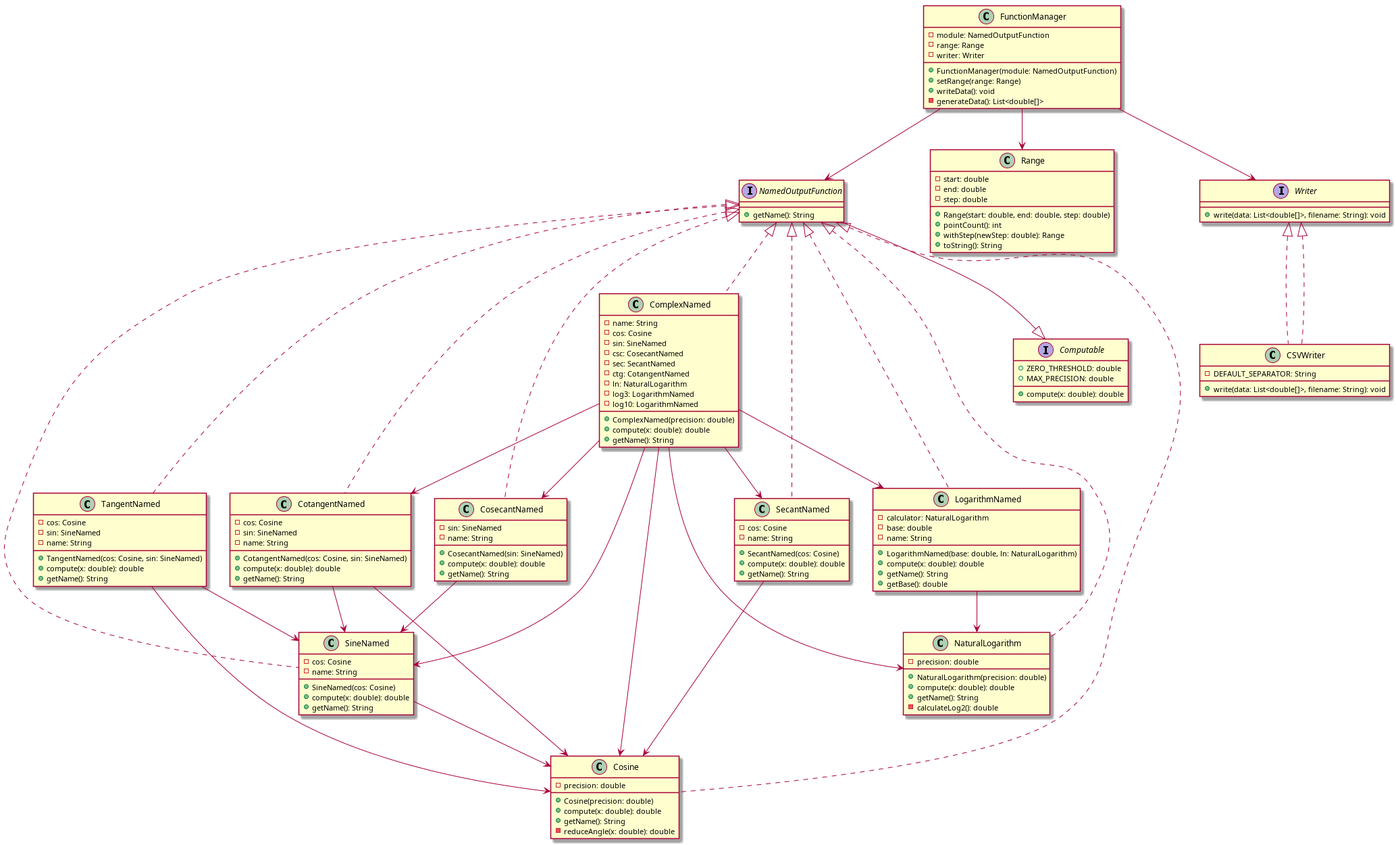
Before: uml_diagram.png, a diagram exported from PlantUML (Dimon228322228/lab2_TPO). Its source is kept beside it as uml_diagram.puml.
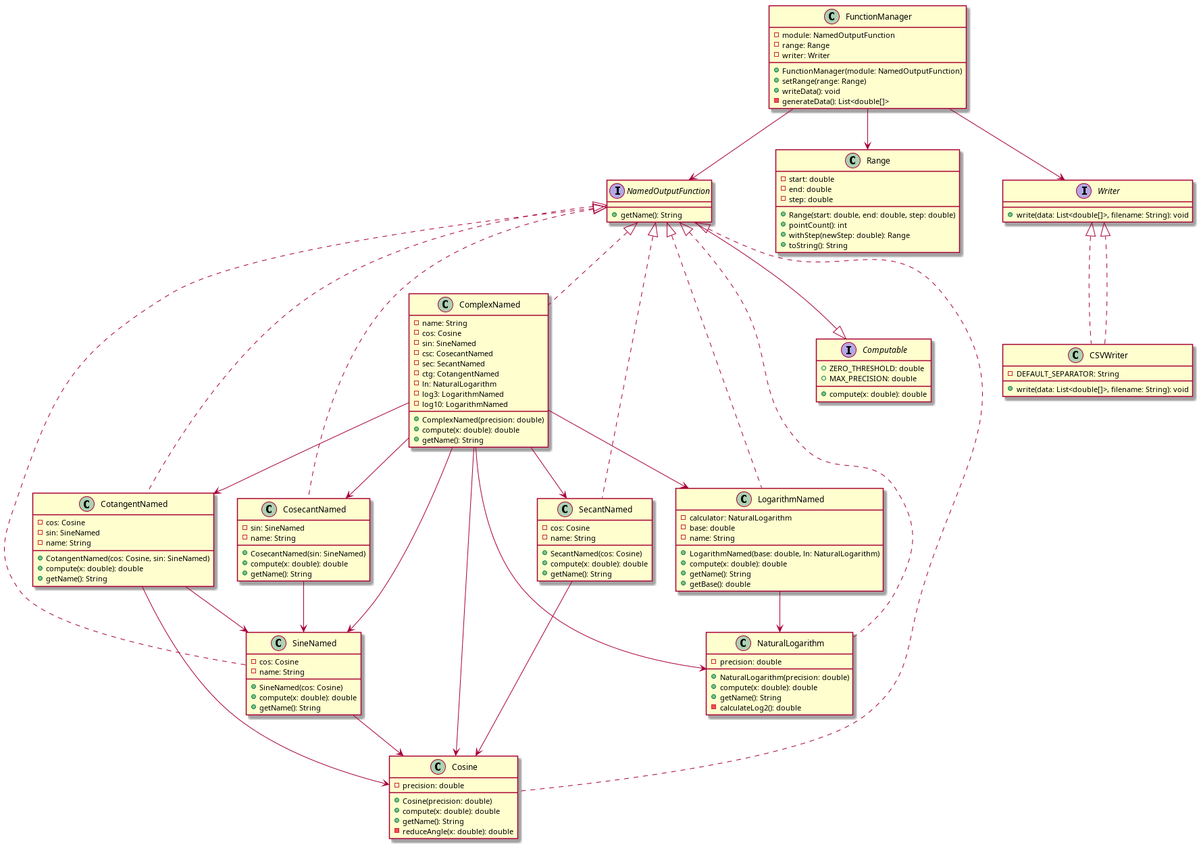
The same file after the commit.

Commit message:
Удалить график TangentNamed из графика uml

Change to the diagram source:
```diff
@@ -24,14 +24,7 @@
   + getName(): String
 }
 
-class TangentNamed implements NamedOutputFunction {
-  - cos: Cosine
-  - sin: SineNamed
-  - name: String
-  + TangentNamed(cos: Cosine, sin: SineNamed)
-  + compute(x: double): double
-  + getName(): String
-}
+
 
 class CotangentNamed implements NamedOutputFunction {
   - cos: Cosine
@@ -126,8 +119,6 @@
 CSVWriter ..|> Writer
 
 SineNamed --> Cosine
-TangentNamed --> Cosine
-TangentNamed --> SineNamed
 CotangentNamed --> Cosine
 CotangentNamed --> SineNamed
 SecantNamed --> Cosine
```
